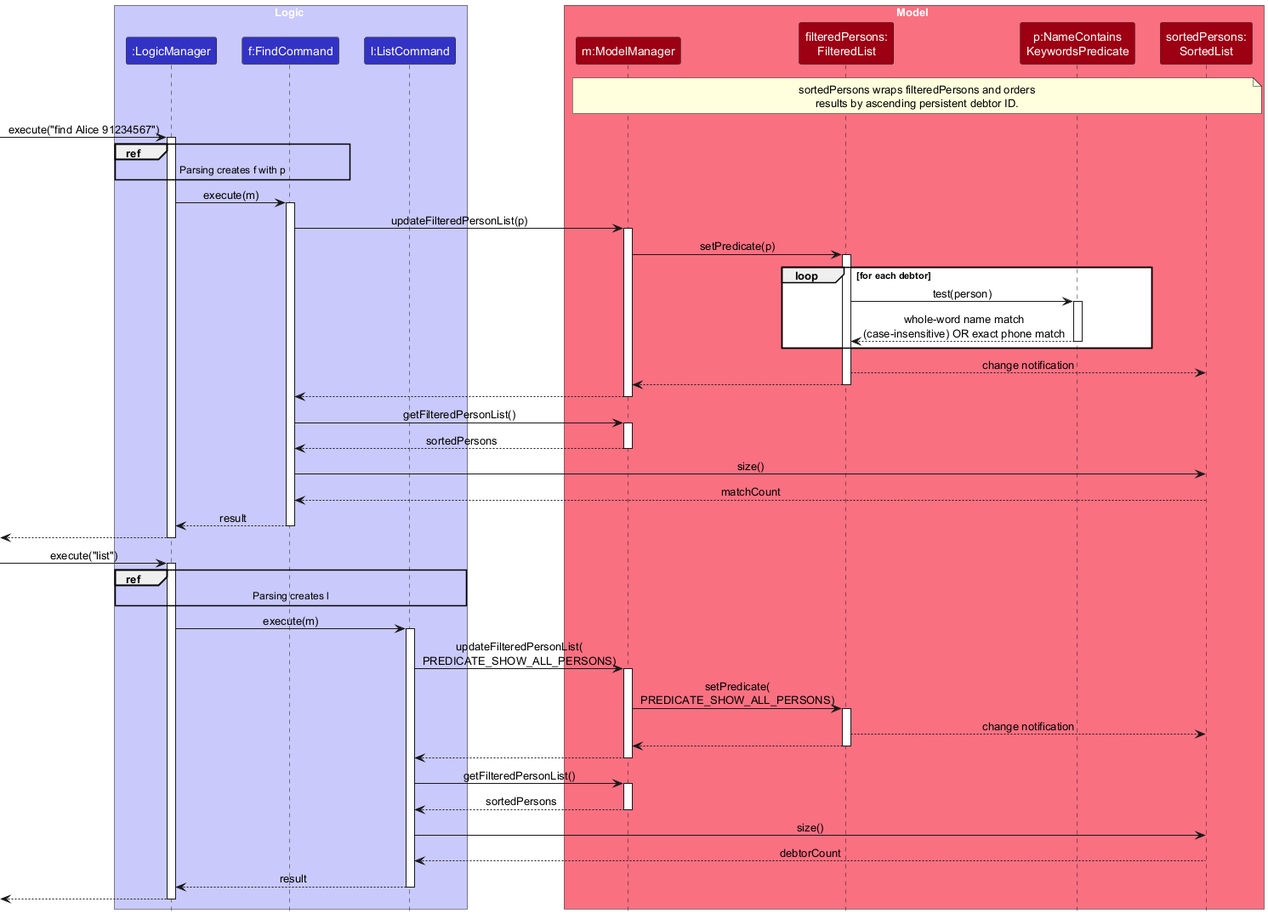
Earlier version of the PlantUML export docs/images/FindListSequenceDiagram.png (AY2627S1-CS2103T-F08-1/tp). Source of this version:
```plantuml
@startuml
!include style.puml
skinparam ArrowFontStyle plain

box Logic LOGIC_COLOR_T1
participant ":LogicManager" as LogicManager LOGIC_COLOR
participant "f:FindCommand" as FindCommand LOGIC_COLOR
participant "l:ListCommand" as ListCommand LOGIC_COLOR
end box

box Model MODEL_COLOR_T1
participant "m:ModelManager" as ModelManager MODEL_COLOR
participant "filteredPersons:\nFilteredList" as FilteredList MODEL_COLOR
participant "p:NameContains\nKeywordsPredicate" as Predicate MODEL_COLOR
participant "sortedPersons:\nSortedList" as SortedList MODEL_COLOR
end box

note over ModelManager, SortedList
sortedPersons wraps filteredPersons and orders
results by ascending persistent debtor ID.
end note

[-> LogicManager : execute("find Alice 91234567")
activate LogicManager
ref over LogicManager, FindCommand
Parsing creates f with p
end ref
LogicManager -> FindCommand : execute(m)
activate FindCommand
FindCommand -> ModelManager : updateFilteredPersonList(p)
activate ModelManager
ModelManager -> FilteredList : setPredicate(p)
activate FilteredList
loop for each debtor
    FilteredList -> Predicate : test(person)
    activate Predicate
    Predicate --> FilteredList : whole-word name match\n(case-insensitive) OR exact phone match
    deactivate Predicate
end
FilteredList --> SortedList : change notification
FilteredList --> ModelManager
deactivate FilteredList
ModelManager --> FindCommand
deactivate ModelManager
FindCommand -> ModelManager : getFilteredPersonList()
activate ModelManager
ModelManager --> FindCommand : sortedPersons
deactivate ModelManager
FindCommand -> SortedList : size()
SortedList --> FindCommand : matchCount
FindCommand --> LogicManager : result
deactivate FindCommand
[<-- LogicManager
deactivate LogicManager

[-> LogicManager : execute("list")
activate LogicManager
ref over LogicManager, ListCommand
Parsing creates l
end ref
LogicManager -> ListCommand : execute(m)
activate ListCommand
ListCommand -> ModelManager : updateFilteredPersonList(\nPREDICATE_SHOW_ALL_PERSONS)
activate ModelManager
ModelManager -> FilteredList : setPredicate(\nPREDICATE_SHOW_ALL_PERSONS)
activate FilteredList
FilteredList --> SortedList : change notification
FilteredList --> ModelManager
deactivate FilteredList
ModelManager --> ListCommand
deactivate ModelManager
ListCommand -> ModelManager : getFilteredPersonList()
activate ModelManager
ModelManager --> ListCommand : sortedPersons
deactivate ModelManager
ListCommand -> SortedList : size()
SortedList --> ListCommand : debtorCount
ListCommand --> LogicManager : result
deactivate ListCommand
[<-- LogicManager
deactivate LogicManager
@enduml
```
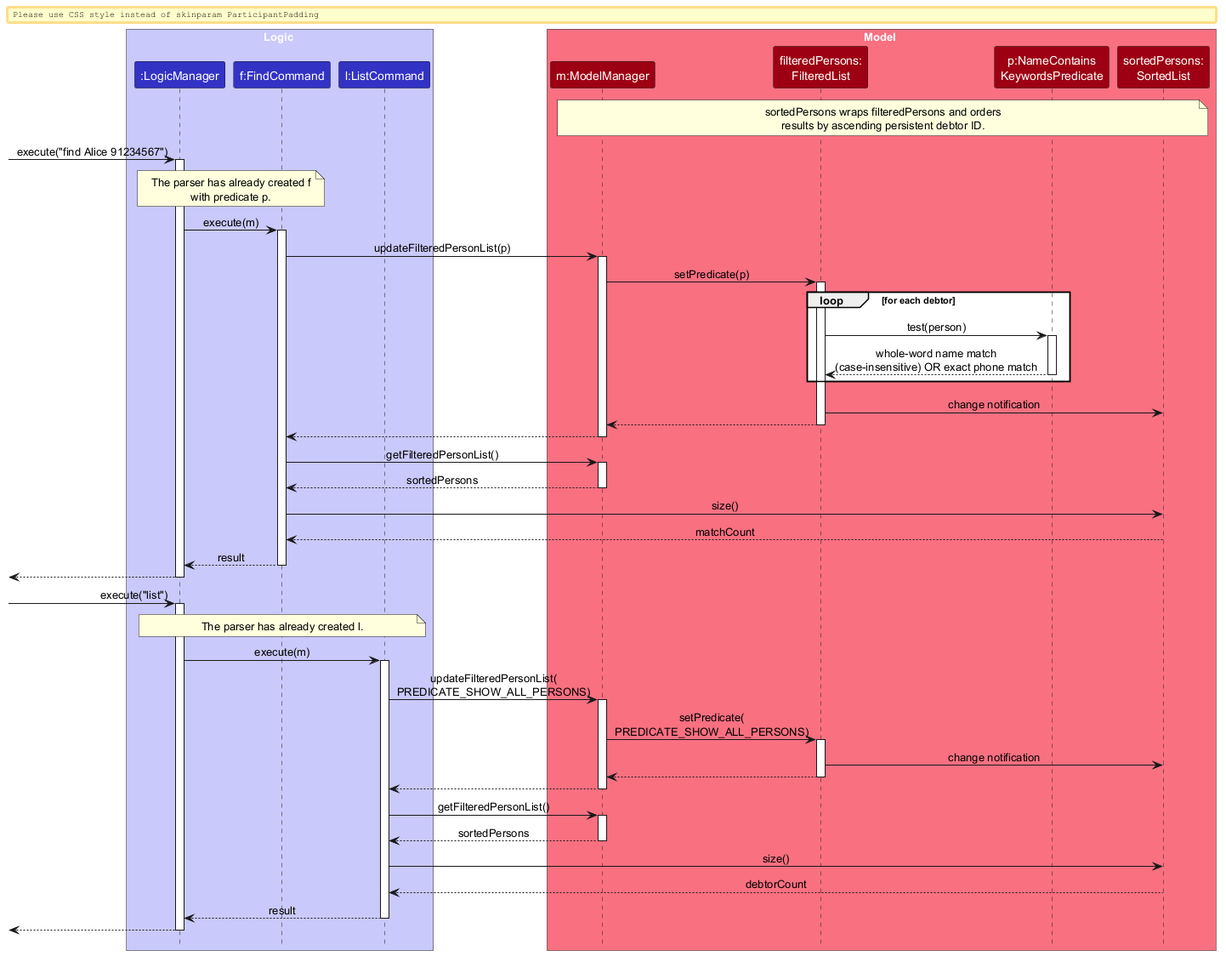
Later version of the same file.

Commit message:
Improve find and list documentation

What changed in the source:
```diff
@@ -22,9 +22,10 @@
 
 [-> LogicManager : execute("find Alice 91234567")
 activate LogicManager
-ref over LogicManager, FindCommand
-Parsing creates f with p
-end ref
+note over LogicManager, FindCommand
+The parser has already created f
+with predicate p.
+end note
 LogicManager -> FindCommand : execute(m)
 activate FindCommand
 FindCommand -> ModelManager : updateFilteredPersonList(p)
@@ -37,7 +38,7 @@
     Predicate --> FilteredList : whole-word name match\n(case-insensitive) OR exact phone match
     deactivate Predicate
 end
-FilteredList --> SortedList : change notification
+FilteredList -> SortedList : change notification
 FilteredList --> ModelManager
 deactivate FilteredList
 ModelManager --> FindCommand
@@ -55,16 +56,16 @@
 
 [-> LogicManager : execute("list")
 activate LogicManager
-ref over LogicManager, ListCommand
-Parsing creates l
-end ref
+note over LogicManager, ListCommand
+The parser has already created l.
+end note
 LogicManager -> ListCommand : execute(m)
 activate ListCommand
 ListCommand -> ModelManager : updateFilteredPersonList(\nPREDICATE_SHOW_ALL_PERSONS)
 activate ModelManager
 ModelManager -> FilteredList : setPredicate(\nPREDICATE_SHOW_ALL_PERSONS)
 activate FilteredList
-FilteredList --> SortedList : change notification
+FilteredList -> SortedList : change notification
 FilteredList --> ModelManager
 deactivate FilteredList
 ModelManager --> ListCommand
```
